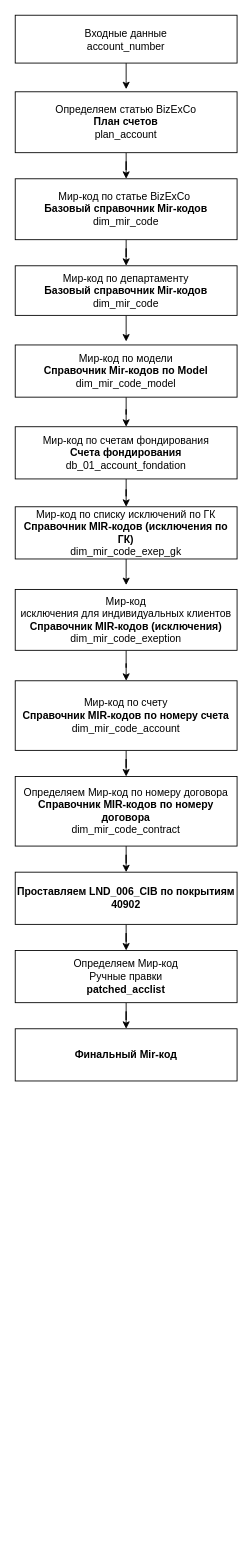
NATALYAAAAAAAA/potter keeps this draw.io diagram as page "Мир код" (5 of 5) of Диаграмма без названия.drawio. Above is the earlier version. Source tidied: cells renumbered, new cells numbered last; positions are measured from the earlier drawing's top-left corner, leaving out a move shared by most shapes. Both pictures are drawn from the tidied source at 87%, with x=0, y=0 at pixel (15, 15).
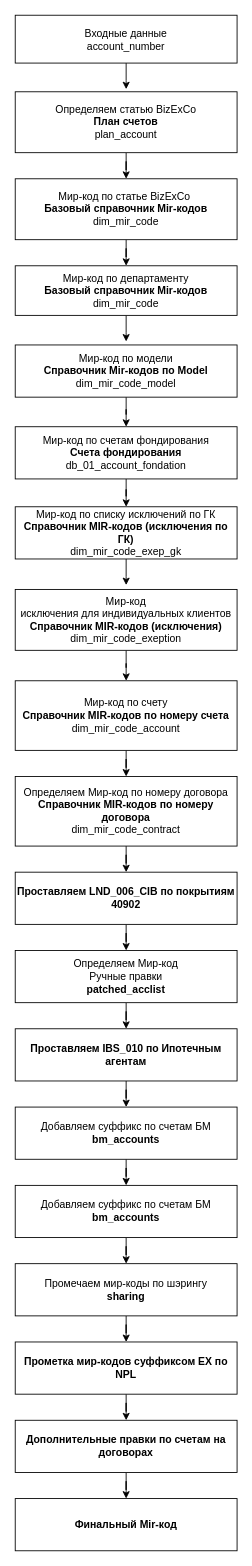
Above is the later version.

The change refers to these unchanged cells:
```xml
<mxCell id="21" value="Определяем Мир-код&lt;div&gt;Ручные правки&lt;/div&gt;&lt;div&gt;&lt;b&gt;patched_acclist&lt;/b&gt;&lt;/div&gt;" style="rounded=0;whiteSpace=wrap;html=1;" parent="1" vertex="1">
  <mxGeometry y="1075" width="255" height="60" as="geometry" />
</mxCell>
```

Diff of the diagram source:
```diff
@@
-    <mxCell id="20" style="edgeStyle=orthogonalEdgeStyle;rounded=0;jettySize=auto;html=1;entryX=0.5;entryY=0;entryDx=0;entryDy=0;" parent="1" edge="1" source="21" target="24">
-      <mxGeometry relative="1" as="geometry" />
-    </mxCell>
+    <mxCell id="27" style="edgeStyle=orthogonalEdgeStyle;rounded=0;jettySize=auto;html=1;entryX=0.5;entryY=0;entryDx=0;entryDy=0;" parent="1" edge="1" source="21" target="29">
+      <mxGeometry relative="1" as="geometry" />
+    </mxCell>
@@
     <mxCell id="24" value="&lt;b&gt;Финальный Mir-код&lt;/b&gt;" style="rounded=0;whiteSpace=wrap;html=1;" parent="1" vertex="1">
-      <mxGeometry y="1165" width="255" height="60" as="geometry" />
+      <mxGeometry y="1705" width="255" height="60" as="geometry" />
     </mxCell>
@@
+    <mxCell id="28" style="edgeStyle=orthogonalEdgeStyle;rounded=0;jettySize=auto;html=1;entryX=0.5;entryY=0;entryDx=0;entryDy=0;" parent="1" edge="1" source="29" target="31">
+      <mxGeometry relative="1" as="geometry" />
+    </mxCell>
+    <mxCell id="29" value="&lt;b&gt;Проставляем&amp;nbsp;IBS_010 по Ипотечным агентам&lt;/b&gt;" style="rounded=0;whiteSpace=wrap;html=1;" parent="1" vertex="1">
+      <mxGeometry y="1165" width="255" height="60" as="geometry" />
+    </mxCell>
+    <mxCell id="30" style="edgeStyle=orthogonalEdgeStyle;rounded=0;jettySize=auto;html=1;entryX=0.5;entryY=0;entryDx=0;entryDy=0;" parent="1" edge="1" source="31" target="33">
+      <mxGeometry relative="1" as="geometry" />
+    </mxCell>
+    <mxCell id="31" value="Добавляем суффикс по счетам БМ&lt;div&gt;&lt;b&gt;bm_accounts&lt;/b&gt;&lt;/div&gt;" style="rounded=0;whiteSpace=wrap;html=1;" parent="1" vertex="1">
+      <mxGeometry y="1255" width="255" height="60" as="geometry" />
+    </mxCell>
+    <mxCell id="32" style="edgeStyle=orthogonalEdgeStyle;rounded=0;jettySize=auto;html=1;entryX=0.5;entryY=0;entryDx=0;entryDy=0;" parent="1" edge="1" source="33" target="35">
+      <mxGeometry relative="1" as="geometry" />
+    </mxCell>
+    <mxCell id="33" value="Добавляем суффикс по счетам БМ&lt;div&gt;&lt;b&gt;bm_accounts&lt;/b&gt;&lt;/div&gt;" style="rounded=0;whiteSpace=wrap;html=1;" parent="1" vertex="1">
+      <mxGeometry y="1345" width="255" height="60" as="geometry" />
+    </mxCell>
+    <mxCell id="34" style="edgeStyle=orthogonalEdgeStyle;rounded=0;jettySize=auto;html=1;entryX=0.5;entryY=0;entryDx=0;entryDy=0;" parent="1" edge="1" source="35" target="37">
+      <mxGeometry relative="1" as="geometry" />
+    </mxCell>
+    <mxCell id="35" value="Промечаем мир-коды по шэрингу&lt;div&gt;&lt;b&gt;sharing&lt;/b&gt;&lt;/div&gt;" style="rounded=0;whiteSpace=wrap;html=1;" parent="1" vertex="1">
+      <mxGeometry y="1435" width="255" height="60" as="geometry" />
+    </mxCell>
+    <mxCell id="36" style="edgeStyle=orthogonalEdgeStyle;rounded=0;jettySize=auto;html=1;entryX=0.5;entryY=0;entryDx=0;entryDy=0;" parent="1" edge="1" source="37" target="39">
+      <mxGeometry relative="1" as="geometry" />
+    </mxCell>
+    <mxCell id="37" value="&lt;b&gt;Прометка мир-кодов суффиксом EX по NPL&lt;/b&gt;" style="rounded=0;whiteSpace=wrap;html=1;" parent="1" vertex="1">
+      <mxGeometry y="1525" width="255" height="60" as="geometry" />
+    </mxCell>
+    <mxCell id="38" style="edgeStyle=orthogonalEdgeStyle;rounded=0;jettySize=auto;html=1;entryX=0.5;entryY=0;entryDx=0;entryDy=0;" parent="1" edge="1" source="39" target="24">
+      <mxGeometry relative="1" as="geometry" />
+    </mxCell>
+    <mxCell id="39" value="&lt;b&gt;Дополнительные правки по счетам на договорах&lt;/b&gt;" style="rounded=0;whiteSpace=wrap;html=1;" parent="1" vertex="1">
+      <mxGeometry y="1615" width="255" height="60" as="geometry" />
+    </mxCell>
```
